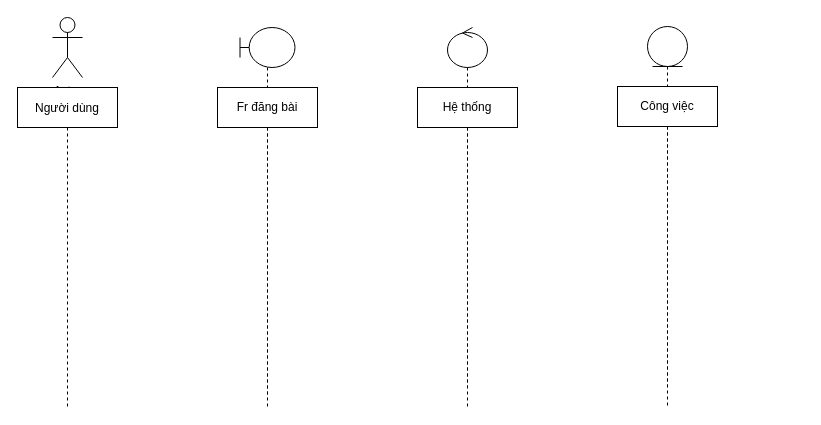
Earlier version of the draw.io diagram Post Job Diagram.drawio (lil-dua/JobSharing). Source tidied: cells renumbered, new cells numbered last; positions are measured from the earlier drawing's top-left corner, leaving out a move shared by most shapes. Both pictures are drawn from the tidied source at 100%, with x=0, y=0 at pixel (17, 17).
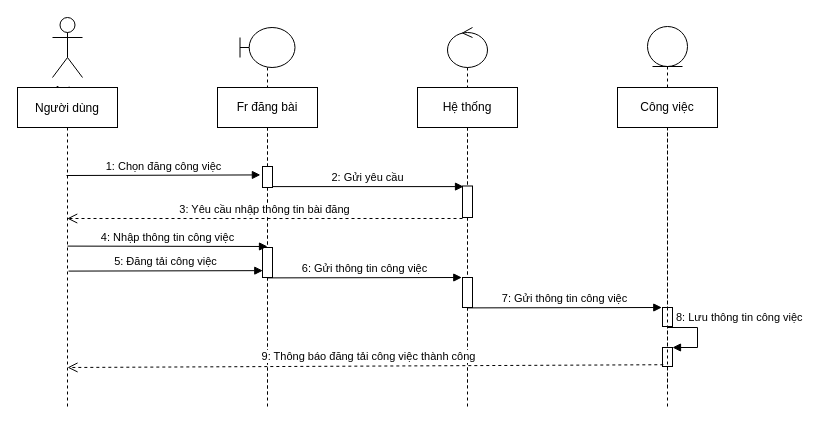
Above is the later version.

The change refers to these unchanged cells:
```xml
<mxCell id="3" value="Người dùng" style="shape=umlLifeline;perimeter=lifelinePerimeter;rounded=0;shadow=0;strokeWidth=1;" parent="1" vertex="1">
  <mxGeometry y="70" width="100" height="320" as="geometry" />
</mxCell>
<mxCell id="7" value="Fr đăng bài" style="shape=umlLifeline;perimeter=lifelinePerimeter;whiteSpace=wrap;html=1;" parent="1" vertex="1">
  <mxGeometry x="200" y="70" width="100" height="320" as="geometry" />
</mxCell>
<mxCell id="8" value="Hệ thống" style="shape=umlLifeline;perimeter=lifelinePerimeter;whiteSpace=wrap;html=1;" parent="1" vertex="1">
  <mxGeometry x="400" y="70" width="100" height="320" as="geometry" />
</mxCell>
```

Diff of the diagram source:
```diff
@@
     <mxCell id="6" style="shape=umlLifeline;participant=umlEntity;perimeter=lifelinePerimeter;whiteSpace=wrap;html=1;verticalAlign=top;spacingTop=36;" parent="1" vertex="1">
-      <mxGeometry x="630" y="9" width="40" height="360" as="geometry" />
+      <mxGeometry x="630" y="9" width="40" height="361" as="geometry" />
     </mxCell>
+    <mxCell id="10" style="html=1;perimeter=orthogonalPerimeter;" parent="6" vertex="1">
+      <mxGeometry x="15" y="281" width="10" height="19" as="geometry" />
+    </mxCell>
+    <mxCell id="11" style="html=1;points=[];perimeter=orthogonalPerimeter;" parent="6" vertex="1">
+      <mxGeometry x="15" y="321" width="10" height="19" as="geometry" />
+    </mxCell>
+    <mxCell id="12" value="8: Lưu thông tin công việc" style="edgeStyle=orthogonalEdgeStyle;html=1;align=left;spacingLeft=2;endArrow=block;rounded=0;entryX=1;entryY=0;" parent="6" edge="1" target="11">
+      <mxGeometry x="-0.87" y="10" relative="1" as="geometry">
+        <mxPoint x="20" y="301" as="sourcePoint" />
+        <Array as="points">
+          <mxPoint x="50" y="301" />
+        </Array>
+      </mxGeometry>
+    </mxCell>
@@
+    <mxCell id="13" style="html=1;points=[];perimeter=orthogonalPerimeter;" parent="7" vertex="1">
+      <mxGeometry x="45" y="79" width="10" height="21" as="geometry" />
+    </mxCell>
+    <mxCell id="14" style="html=1;points=[];perimeter=orthogonalPerimeter;" parent="7" vertex="1">
+      <mxGeometry x="45" y="160" width="10" height="30" as="geometry" />
+    </mxCell>
@@
+    <mxCell id="15" value="2: Gửi yêu cầu" style="html=1;verticalAlign=bottom;endArrow=block;rounded=0;exitX=0.49;exitY=0.275;exitDx=0;exitDy=0;exitPerimeter=0;" parent="8" edge="1">
+      <mxGeometry x="-0.01" relative="1" as="geometry">
+        <mxPoint x="-145" y="99.1" as="sourcePoint" />
+        <mxPoint x="46" y="99.1" as="targetPoint" />
+      </mxGeometry>
+    </mxCell>
+    <mxCell id="16" style="html=1;perimeter=orthogonalPerimeter;" parent="8" vertex="1">
+      <mxGeometry x="45" y="98.5" width="10" height="31.5" as="geometry" />
+    </mxCell>
+    <mxCell id="17" value="3: Yêu cầu nhập thông tin bài đăng" style="html=1;verticalAlign=bottom;endArrow=open;dashed=1;endSize=8;rounded=0;" parent="8" edge="1">
+      <mxGeometry relative="1" as="geometry">
+        <mxPoint x="45" y="131" as="sourcePoint" />
+        <mxPoint x="-350.3" y="131" as="targetPoint" />
+      </mxGeometry>
+    </mxCell>
+    <mxCell id="18" style="html=1;perimeter=orthogonalPerimeter;" parent="8" vertex="1">
+      <mxGeometry x="45" y="190" width="10" height="30" as="geometry" />
+    </mxCell>
+    <mxCell id="19" value="1: Chọn đăng công việc" style="html=1;verticalAlign=bottom;endArrow=block;rounded=0;exitX=0.49;exitY=0.275;exitDx=0;exitDy=0;exitPerimeter=0;entryX=-0.21;entryY=0.401;entryDx=0;entryDy=0;entryPerimeter=0;" parent="1" edge="1" target="13">
+      <mxGeometry relative="1" as="geometry">
+        <mxPoint x="49" y="158" as="sourcePoint" />
+      </mxGeometry>
+    </mxCell>
+    <mxCell id="20" value="4: Nhập thông tin công việc" style="html=1;verticalAlign=bottom;endArrow=block;rounded=0;exitX=0.49;exitY=0.275;exitDx=0;exitDy=0;exitPerimeter=0;" parent="1" edge="1">
+      <mxGeometry relative="1" as="geometry">
+        <mxPoint x="50" y="228.6" as="sourcePoint" />
+        <mxPoint x="250" y="229" as="targetPoint" />
+      </mxGeometry>
+    </mxCell>
+    <mxCell id="21" value="5: Đăng tải công việc" style="html=1;verticalAlign=bottom;endArrow=block;rounded=0;exitX=0.49;exitY=0.275;exitDx=0;exitDy=0;exitPerimeter=0;entryX=0.029;entryY=0.771;entryDx=0;entryDy=0;entryPerimeter=0;" parent="1" edge="1" target="14">
+      <mxGeometry relative="1" as="geometry">
+        <mxPoint x="51" y="253.6" as="sourcePoint" />
+      </mxGeometry>
+    </mxCell>
+    <mxCell id="22" value="6: Gửi thông tin công việc" style="html=1;verticalAlign=bottom;endArrow=block;rounded=0;exitX=0.49;exitY=0.275;exitDx=0;exitDy=0;exitPerimeter=0;entryX=0.029;entryY=0.771;entryDx=0;entryDy=0;entryPerimeter=0;" parent="1" edge="1">
+      <mxGeometry relative="1" as="geometry">
+        <mxPoint x="250" y="260.4" as="sourcePoint" />
+        <mxPoint x="444.3" y="260" as="targetPoint" />
+      </mxGeometry>
+    </mxCell>
+    <mxCell id="23" value="7: Gửi thông tin công việc" style="html=1;verticalAlign=bottom;endArrow=block;rounded=0;exitX=0.49;exitY=0.275;exitDx=0;exitDy=0;exitPerimeter=0;entryX=0.029;entryY=0.771;entryDx=0;entryDy=0;entryPerimeter=0;" parent="1" edge="1">
+      <mxGeometry relative="1" as="geometry">
+        <mxPoint x="450" y="290.4" as="sourcePoint" />
+        <mxPoint x="644.3" y="290" as="targetPoint" />
+      </mxGeometry>
+    </mxCell>
+    <mxCell id="24" value="9: Thông báo đăng tải công việc thành công" style="html=1;verticalAlign=bottom;endArrow=open;dashed=1;endSize=8;rounded=0;exitX=0.081;exitY=0.907;exitDx=0;exitDy=0;exitPerimeter=0;entryX=0.5;entryY=0.875;entryDx=0;entryDy=0;entryPerimeter=0;" parent="1" edge="1" source="11" target="3">
+      <mxGeometry x="-0.01" y="-1" relative="1" as="geometry" />
+    </mxCell>
     <mxCell id="9" value="Công việc" style="shape=umlLifeline;perimeter=lifelinePerimeter;whiteSpace=wrap;html=1;" parent="1" vertex="1">
-      <mxGeometry x="600" y="69" width="100" height="320" as="geometry" />
+      <mxGeometry x="600" y="70" width="100" height="320" as="geometry" />
     </mxCell>
```
